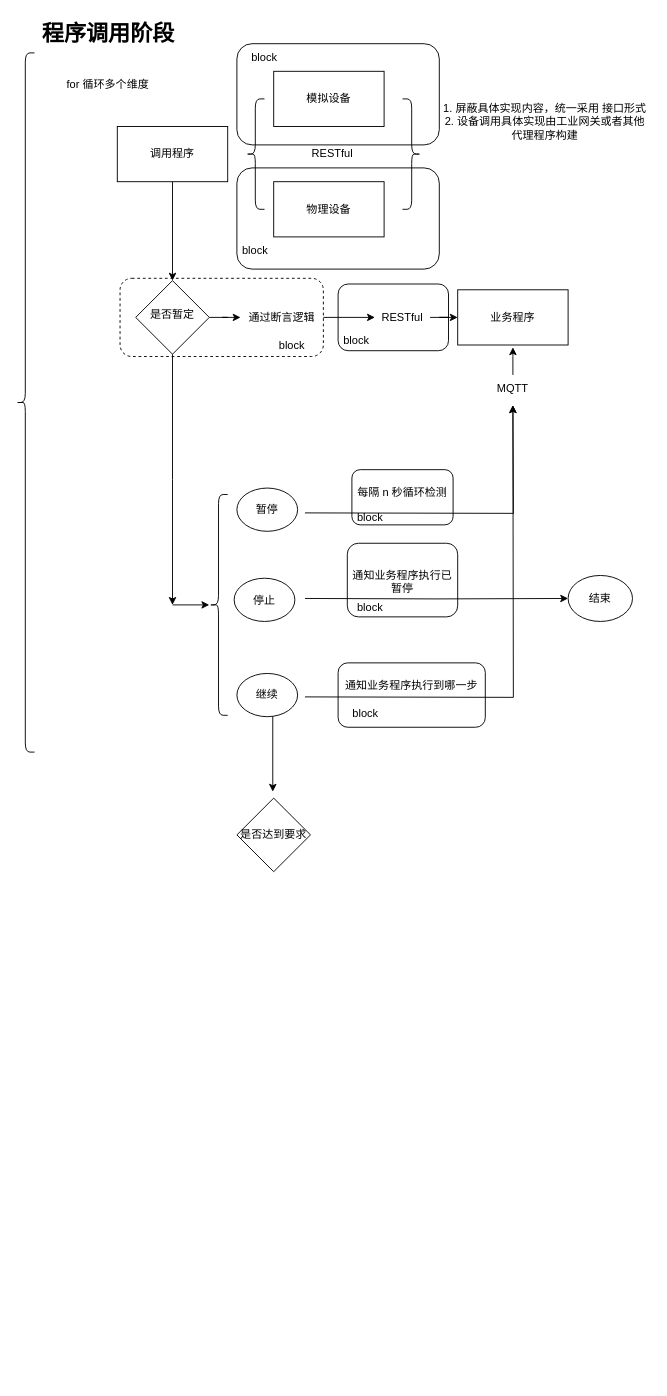
liz2m/draw.images keeps this draw.io diagram as blockly-block功能点.drawio. Above is the earlier version. Source tidied: cells renumbered, new cells numbered last; positions are measured from the earlier drawing's top-left corner, leaving out a move shared by most shapes. Both pictures are drawn from the tidied source at 92%, with x=0, y=0 at pixel (16, 16).
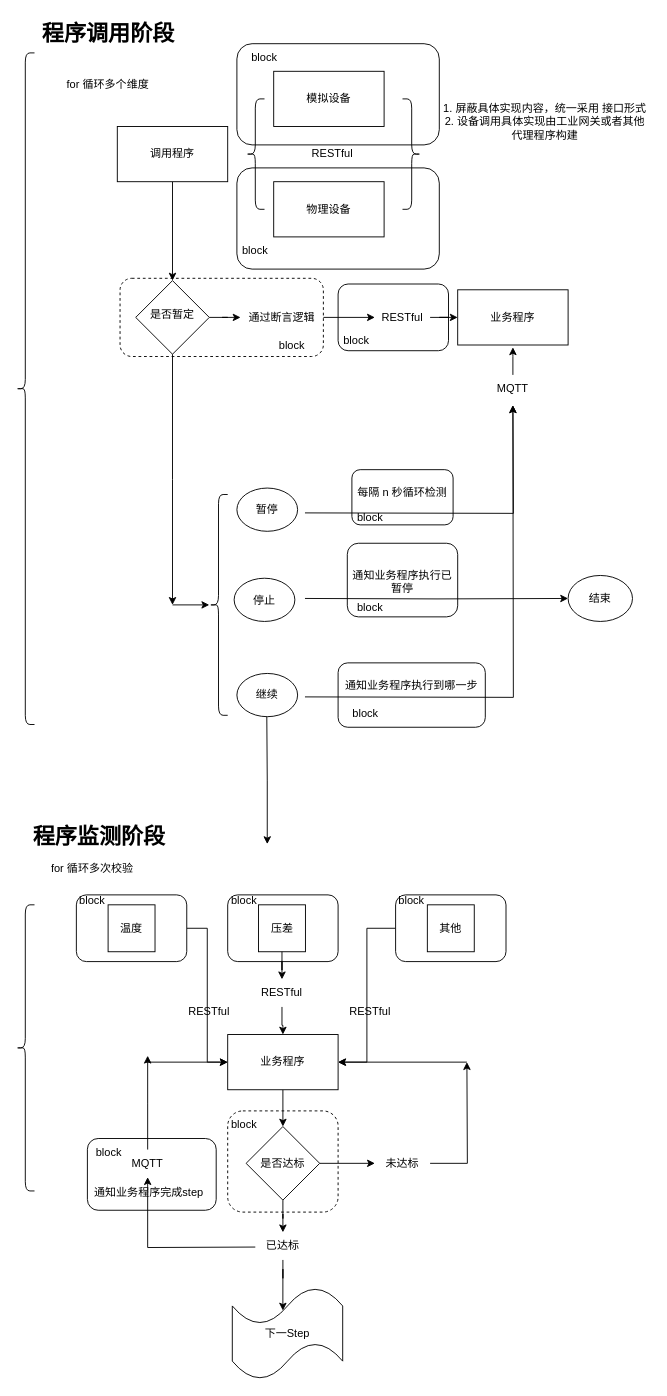
Above is the later version.

Commit message (it also covers changes not shown here):
更新blockly-block功能点.drawio

What changed in the source:
```diff
@@
+    <mxCell id="52" style="rounded=1;whiteSpace=wrap;html=1;dashed=1;" parent="1" vertex="1">
+      <mxGeometry x="230" y="1190" width="120" height="110" as="geometry" />
+    </mxCell>
+    <mxCell id="53" style="rounded=1;whiteSpace=wrap;html=1;" parent="1" vertex="1">
+      <mxGeometry x="77.5" y="1220" width="140" height="78" as="geometry" />
+    </mxCell>
+    <mxCell id="54" style="edgeStyle=orthogonalEdgeStyle;rounded=0;jettySize=auto;html=1;entryX=0;entryY=0.5;entryDx=0;entryDy=0;" parent="1" edge="1" source="55" target="69">
+      <mxGeometry relative="1" as="geometry" />
+    </mxCell>
+    <mxCell id="55" style="rounded=1;whiteSpace=wrap;html=1;" parent="1" vertex="1">
+      <mxGeometry x="65.5" y="955.2" width="120" height="72.5" as="geometry" />
+    </mxCell>
@@
-    <mxCell id="33" style="edgeStyle=orthogonalEdgeStyle;rounded=0;orthogonalLoop=1;jettySize=auto;html=1;entryX=0.5;entryY=0;entryDx=0;entryDy=0;" parent="1" edge="1">
+    <mxCell id="33" style="edgeStyle=orthogonalEdgeStyle;rounded=0;orthogonalLoop=1;jettySize=auto;html=1;" parent="1" edge="1">
       <mxGeometry relative="1" as="geometry">
-        <mxPoint x="279" y="760" as="sourcePoint" />
-        <mxPoint x="279" y="843" as="targetPoint" />
+        <mxPoint x="272.5" y="761.5" as="sourcePoint" />
+        <mxPoint x="273" y="900" as="targetPoint" />
       </mxGeometry>
     </mxCell>
@@
-    <mxCell id="48" value="是否达到要求" style="rhombus;whiteSpace=wrap;html=1;" parent="1" vertex="1">
-      <mxGeometry x="240" y="850" width="80" height="80" as="geometry" />
-    </mxCell>
     <mxCell id="49" style="shape=curlyBracket;whiteSpace=wrap;html=1;rounded=1;labelPosition=left;verticalLabelPosition=middle;align=right;verticalAlign=middle;" parent="1" vertex="1">
-      <mxGeometry y="40" width="20" height="760" as="geometry" />
+      <mxGeometry y="40" width="20" height="730" as="geometry" />
     </mxCell>
@@
+    <mxCell id="56" value="程序监测阶段" style="text;strokeColor=none;fillColor=none;html=1;fontSize=24;fontStyle=1;verticalAlign=middle;align=center;" parent="1" vertex="1">
+      <mxGeometry x="40" y="872" width="100" height="40" as="geometry" />
+    </mxCell>
+    <mxCell id="57" style="shape=curlyBracket;whiteSpace=wrap;html=1;rounded=1;labelPosition=left;verticalLabelPosition=middle;align=right;verticalAlign=middle;" parent="1" vertex="1">
+      <mxGeometry y="966" width="20" height="311" as="geometry" />
+    </mxCell>
+    <mxCell id="58" value="温度" style="whiteSpace=wrap;html=1;" parent="1" vertex="1">
+      <mxGeometry x="100" y="966" width="51" height="51" as="geometry" />
+    </mxCell>
+    <mxCell id="59" value="block" style="text;html=1;strokeColor=none;fillColor=none;align=center;verticalAlign=middle;whiteSpace=wrap;rounded=0;" parent="1" vertex="1">
+      <mxGeometry x="53" y="947" width="60" height="30" as="geometry" />
+    </mxCell>
+    <mxCell id="60" style="rounded=1;whiteSpace=wrap;html=1;" parent="1" vertex="1">
+      <mxGeometry x="230" y="955.2" width="120" height="72.5" as="geometry" />
+    </mxCell>
+    <mxCell id="61" style="edgeStyle=orthogonalEdgeStyle;rounded=0;jettySize=auto;html=1;entryX=0.5;entryY=0;entryDx=0;entryDy=0;" parent="1" edge="1" source="71" target="69">
+      <mxGeometry relative="1" as="geometry" />
+    </mxCell>
+    <mxCell id="62" value="压差" style="whiteSpace=wrap;html=1;" parent="1" vertex="1">
+      <mxGeometry x="263.5" y="966" width="51" height="51" as="geometry" />
+    </mxCell>
+    <mxCell id="63" value="block" style="text;html=1;strokeColor=none;fillColor=none;align=center;verticalAlign=middle;whiteSpace=wrap;rounded=0;" parent="1" vertex="1">
+      <mxGeometry x="217.5" y="947" width="60" height="30" as="geometry" />
+    </mxCell>
+    <mxCell id="64" style="edgeStyle=orthogonalEdgeStyle;rounded=0;jettySize=auto;html=1;entryX=1;entryY=0.5;entryDx=0;entryDy=0;" parent="1" edge="1" source="65" target="69">
+      <mxGeometry relative="1" as="geometry" />
+    </mxCell>
+    <mxCell id="65" style="rounded=1;whiteSpace=wrap;html=1;" parent="1" vertex="1">
+      <mxGeometry x="412.5" y="955.2" width="120" height="72.5" as="geometry" />
+    </mxCell>
+    <mxCell id="66" value="其他" style="whiteSpace=wrap;html=1;" parent="1" vertex="1">
+      <mxGeometry x="447" y="966" width="51" height="51" as="geometry" />
+    </mxCell>
+    <mxCell id="67" value="block" style="text;html=1;strokeColor=none;fillColor=none;align=center;verticalAlign=middle;whiteSpace=wrap;rounded=0;" parent="1" vertex="1">
+      <mxGeometry x="400" y="947" width="60" height="30" as="geometry" />
+    </mxCell>
+    <mxCell id="68" style="edgeStyle=orthogonalEdgeStyle;rounded=0;jettySize=auto;html=1;entryX=0.5;entryY=0;entryDx=0;entryDy=0;" parent="1" edge="1" source="69" target="76">
+      <mxGeometry relative="1" as="geometry" />
+    </mxCell>
+    <mxCell id="69" value="业务程序" style="rounded=0;whiteSpace=wrap;html=1;" parent="1" vertex="1">
+      <mxGeometry x="230" y="1107" width="120" height="60" as="geometry" />
+    </mxCell>
+    <mxCell id="70" style="edgeStyle=orthogonalEdgeStyle;rounded=0;jettySize=auto;html=1;entryX=0.5;entryY=0;entryDx=0;entryDy=0;" parent="1" edge="1" source="62" target="71">
+      <mxGeometry relative="1" as="geometry" />
+    </mxCell>
+    <mxCell id="71" value="RESTful" style="text;html=1;strokeColor=none;fillColor=none;align=center;verticalAlign=middle;whiteSpace=wrap;rounded=0;" parent="1" vertex="1">
+      <mxGeometry x="259" y="1047" width="60" height="30" as="geometry" />
+    </mxCell>
+    <mxCell id="72" value="RESTful" style="text;html=1;strokeColor=none;fillColor=none;align=center;verticalAlign=middle;whiteSpace=wrap;rounded=0;" parent="1" vertex="1">
+      <mxGeometry x="180" y="1067" width="60" height="30" as="geometry" />
+    </mxCell>
+    <mxCell id="73" value="RESTful" style="text;html=1;strokeColor=none;fillColor=none;align=center;verticalAlign=middle;whiteSpace=wrap;rounded=0;" parent="1" vertex="1">
+      <mxGeometry x="355" y="1067" width="60" height="30" as="geometry" />
+    </mxCell>
+    <mxCell id="74" style="edgeStyle=orthogonalEdgeStyle;rounded=0;jettySize=auto;html=1;" parent="1" edge="1" source="76" target="78">
+      <mxGeometry relative="1" as="geometry" />
+    </mxCell>
+    <mxCell id="75" style="edgeStyle=orthogonalEdgeStyle;rounded=0;jettySize=auto;html=1;" parent="1" edge="1" source="76" target="81">
+      <mxGeometry relative="1" as="geometry" />
+    </mxCell>
+    <mxCell id="76" value="是否达标" style="rhombus;whiteSpace=wrap;html=1;" parent="1" vertex="1">
+      <mxGeometry x="250" y="1207" width="80" height="80" as="geometry" />
+    </mxCell>
+    <mxCell id="77" style="edgeStyle=orthogonalEdgeStyle;rounded=0;jettySize=auto;html=1;" parent="1" edge="1" source="78">
+      <mxGeometry relative="1" as="geometry">
+        <mxPoint x="490" y="1137" as="targetPoint" />
+      </mxGeometry>
+    </mxCell>
+    <mxCell id="78" value="未达标" style="text;html=1;strokeColor=none;fillColor=none;align=center;verticalAlign=middle;whiteSpace=wrap;rounded=0;" parent="1" vertex="1">
+      <mxGeometry x="390" y="1232" width="60" height="30" as="geometry" />
+    </mxCell>
+    <mxCell id="79" style="endArrow=classic;html=1;rounded=0;entryX=1;entryY=0.5;entryDx=0;entryDy=0;" parent="1" edge="1" target="69">
+      <mxGeometry relative="1" as="geometry">
+        <mxPoint x="490" y="1137" as="sourcePoint" />
+      </mxGeometry>
+    </mxCell>
+    <mxCell id="80" value="for 循环多次校验" style="text;html=1;strokeColor=none;fillColor=none;align=center;verticalAlign=middle;whiteSpace=wrap;rounded=0;" parent="1" vertex="1">
+      <mxGeometry x="23" y="912" width="120" height="30" as="geometry" />
+    </mxCell>
+    <mxCell id="81" value="已达标" style="text;html=1;strokeColor=none;fillColor=none;align=center;verticalAlign=middle;whiteSpace=wrap;rounded=0;" parent="1" vertex="1">
+      <mxGeometry x="260" y="1322" width="60" height="30" as="geometry" />
+    </mxCell>
+    <mxCell id="82" value="下一Step" style="shape=tape;whiteSpace=wrap;html=1;" parent="1" vertex="1">
+      <mxGeometry x="235" y="1382" width="120" height="100" as="geometry" />
+    </mxCell>
+    <mxCell id="83" style="edgeStyle=orthogonalEdgeStyle;rounded=0;jettySize=auto;html=1;entryX=0.458;entryY=0.25;entryDx=0;entryDy=0;entryPerimeter=0;" parent="1" edge="1" source="81" target="82">
+      <mxGeometry relative="1" as="geometry" />
+    </mxCell>
+    <mxCell id="84" style="endArrow=classic;html=1;rounded=0;entryX=0;entryY=0.5;entryDx=0;entryDy=0;" parent="1" edge="1" target="69">
+      <mxGeometry relative="1" as="geometry">
+        <mxPoint x="140" y="1137" as="sourcePoint" />
+      </mxGeometry>
+    </mxCell>
+    <mxCell id="85" value="通知业务程序完成step" style="text;html=1;strokeColor=none;fillColor=none;align=center;verticalAlign=middle;whiteSpace=wrap;rounded=0;" parent="1" vertex="1">
+      <mxGeometry x="70.5" y="1262" width="147" height="33" as="geometry" />
+    </mxCell>
+    <mxCell id="86" style="edgeStyle=orthogonalEdgeStyle;rounded=0;jettySize=auto;html=1;" parent="1" edge="1" target="88">
+      <mxGeometry relative="1" as="geometry">
+        <mxPoint x="260" y="1338" as="sourcePoint" />
+      </mxGeometry>
+    </mxCell>
+    <mxCell id="87" style="edgeStyle=orthogonalEdgeStyle;rounded=0;jettySize=auto;html=1;" parent="1" edge="1" source="88">
+      <mxGeometry relative="1" as="geometry">
+        <mxPoint x="143" y="1130" as="targetPoint" />
+      </mxGeometry>
+    </mxCell>
+    <mxCell id="88" value="MQTT" style="text;html=1;strokeColor=none;fillColor=none;align=center;verticalAlign=middle;whiteSpace=wrap;rounded=0;" parent="1" vertex="1">
+      <mxGeometry x="113" y="1232" width="60" height="30" as="geometry" />
+    </mxCell>
+    <mxCell id="89" value="block" style="text;html=1;strokeColor=none;fillColor=none;align=center;verticalAlign=middle;whiteSpace=wrap;rounded=0;" parent="1" vertex="1">
+      <mxGeometry x="71" y="1220" width="60" height="30" as="geometry" />
+    </mxCell>
+    <mxCell id="90" value="block" style="text;html=1;strokeColor=none;fillColor=none;align=center;verticalAlign=middle;whiteSpace=wrap;rounded=0;" parent="1" vertex="1">
+      <mxGeometry x="217.5" y="1190" width="60" height="30" as="geometry" />
+    </mxCell>
```
